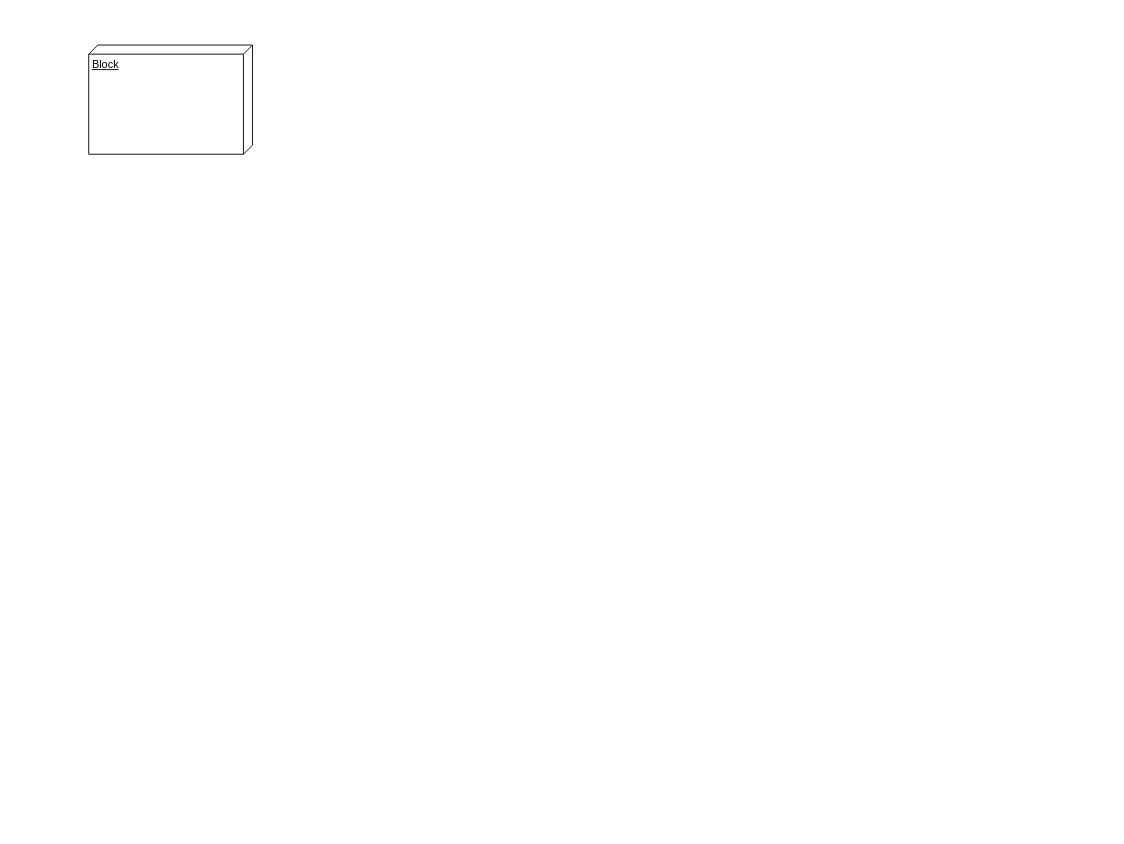
Above: Untitled Diagram.drawio in Mundrack/Diagramas-DrawIO (draw.io), before the change. Source tidied: cells renumbered, new cells numbered last; positions are measured from the earlier drawing's top-left corner, leaving out a move shared by most shapes. Both pictures are drawn from the tidied source at 91%, with x=0, y=0 at pixel (88, 45).
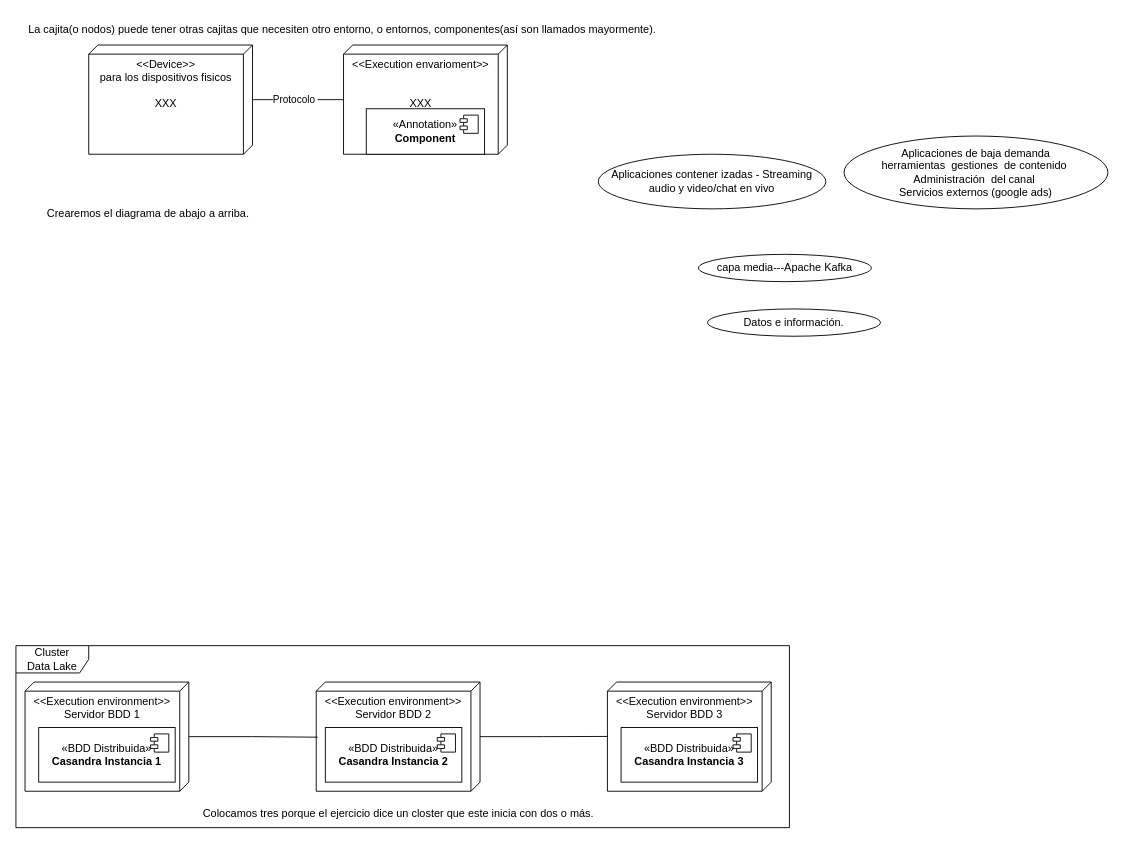
The same page after the edit.

Diff of the diagram source:
```diff
@@
+    <mxCell id="3" style="edgeStyle=orthogonalEdgeStyle;rounded=0;jettySize=auto;html=1;endArrow=none;endFill=0;" parent="1" edge="1" source="2" target="5">
+      <mxGeometry relative="1" as="geometry" />
+    </mxCell>
+    <mxCell id="4" value="Protocolo&amp;nbsp;" style="edgeLabel;html=1;align=center;verticalAlign=middle;" parent="3" vertex="1">
+      <mxGeometry x="-0.09" y="1" relative="1" as="geometry" />
+    </mxCell>
-    <mxCell id="2" value="Block" style="verticalAlign=top;align=left;spacingTop=8;spacingLeft=2;spacingRight=12;shape=cube;size=10;direction=south;fontStyle=4;html=1;whiteSpace=wrap;" parent="1" vertex="1">
+    <mxCell id="2" value="&amp;lt;&amp;lt;Device&amp;gt;&amp;gt;&lt;div&gt;para los dispositivos fisicos&lt;/div&gt;&lt;div&gt;&lt;br&gt;&lt;/div&gt;&lt;div&gt;XXX&lt;/div&gt;&lt;div&gt;&lt;br&gt;&lt;/div&gt;" style="verticalAlign=top;align=center;spacingTop=8;spacingLeft=2;spacingRight=12;shape=cube;size=10;direction=south;fontStyle=0;html=1;whiteSpace=wrap;" parent="1" vertex="1">
       <mxGeometry width="180" height="120" as="geometry" />
     </mxCell>
+    <mxCell id="5" value="&amp;lt;&amp;lt;Execution envarioment&amp;gt;&amp;gt;&lt;div&gt;&lt;br&gt;&lt;/div&gt;&lt;div&gt;&lt;br&gt;&lt;/div&gt;&lt;div&gt;XXX&lt;/div&gt;" style="verticalAlign=top;align=center;spacingTop=8;spacingLeft=2;spacingRight=12;shape=cube;size=10;direction=south;fontStyle=0;html=1;whiteSpace=wrap;" parent="1" vertex="1">
+      <mxGeometry x="280" width="180" height="120" as="geometry" />
+    </mxCell>
+    <mxCell id="6" value="La cajita(o nodos) puede tener otras cajitas que necesiten otro entorno, o entornos, componentes(así son llamados mayormente).&amp;nbsp;" style="text;html=1;align=center;verticalAlign=middle;strokeColor=none;fillColor=none;" parent="1" vertex="1">
+      <mxGeometry x="-80" y="-32" width="720" height="30" as="geometry" />
+    </mxCell>
+    <mxCell id="7" value="&amp;laquo;Annotation&amp;raquo;&lt;br/&gt;&lt;b&gt;Component&lt;/b&gt;" style="html=1;whiteSpace=wrap;" parent="1" vertex="1">
+      <mxGeometry x="305" y="70" width="130" height="50" as="geometry" />
+    </mxCell>
+    <mxCell id="8" style="shape=module;jettyWidth=8;jettyHeight=4;" parent="7" vertex="1">
+      <mxGeometry x="1" width="20" height="20" relative="1" as="geometry">
+        <mxPoint x="-27" y="7" as="offset" />
+      </mxGeometry>
+    </mxCell>
+    <mxCell id="9" value="Datos e información." style="ellipse;whiteSpace=wrap;html=1;" parent="1" vertex="1">
+      <mxGeometry x="680" y="290" width="190" height="30" as="geometry" />
+    </mxCell>
+    <mxCell id="10" value="capa media---Apache Kafka" style="ellipse;whiteSpace=wrap;html=1;" parent="1" vertex="1">
+      <mxGeometry x="670" y="230" width="190" height="30" as="geometry" />
+    </mxCell>
+    <mxCell id="11" value="Aplicaciones contener izadas - Streaming audio y video/chat en vivo" style="ellipse;whiteSpace=wrap;html=1;" parent="1" vertex="1">
+      <mxGeometry x="560" y="120" width="250" height="60" as="geometry" />
+    </mxCell>
+    <mxCell id="12" value="Aplicaciones de baja demanda&lt;div&gt;herramientas&amp;nbsp; gestiones&amp;nbsp; de contenido&amp;nbsp;&lt;/div&gt;&lt;div&gt;Administración&amp;nbsp; del canal&amp;nbsp;&lt;/div&gt;&lt;div&gt;Servicios externos (google ads)&lt;/div&gt;" style="ellipse;whiteSpace=wrap;html=1;" parent="1" vertex="1">
+      <mxGeometry x="830" y="100" width="290" height="80" as="geometry" />
+    </mxCell>
+    <mxCell id="13" value="Crearemos el diagrama de abajo a arriba." style="text;html=1;align=center;verticalAlign=middle;strokeColor=none;fillColor=none;" parent="1" vertex="1">
+      <mxGeometry x="-60" y="170" width="250" height="30" as="geometry" />
+    </mxCell>
+    <mxCell id="14" value="&amp;lt;&amp;lt;Execution environment&amp;gt;&amp;gt;&lt;div&gt;&lt;div&gt;Servidor BDD 1&lt;/div&gt;&lt;/div&gt;" style="verticalAlign=top;align=center;spacingTop=8;spacingLeft=2;spacingRight=12;shape=cube;size=10;direction=south;fontStyle=0;html=1;whiteSpace=wrap;" parent="1" vertex="1">
+      <mxGeometry x="-70" y="700" width="180" height="120" as="geometry" />
+    </mxCell>
+    <mxCell id="15" value="«BDD Distribuida»&lt;br&gt;&lt;b&gt;Casandra Instancia 1&lt;/b&gt;" style="html=1;whiteSpace=wrap;" parent="1" vertex="1">
+      <mxGeometry x="-55" y="750" width="150" height="60" as="geometry" />
+    </mxCell>
+    <mxCell id="16" style="shape=module;jettyWidth=8;jettyHeight=4;" parent="15" vertex="1">
+      <mxGeometry x="1" width="20" height="20" relative="1" as="geometry">
+        <mxPoint x="-27" y="7" as="offset" />
+      </mxGeometry>
+    </mxCell>
+    <mxCell id="17" value="&amp;lt;&amp;lt;Execution environment&amp;gt;&amp;gt;&lt;div&gt;&lt;div&gt;Servidor BDD 2&lt;/div&gt;&lt;/div&gt;" style="verticalAlign=top;align=center;spacingTop=8;spacingLeft=2;spacingRight=12;shape=cube;size=10;direction=south;fontStyle=0;html=1;whiteSpace=wrap;" parent="1" vertex="1">
+      <mxGeometry x="250" y="700" width="180" height="120" as="geometry" />
+    </mxCell>
+    <mxCell id="18" value="«BDD Distribuida»&lt;br&gt;&lt;b&gt;Casandra Instancia 2&lt;/b&gt;" style="html=1;whiteSpace=wrap;" parent="1" vertex="1">
+      <mxGeometry x="260" y="750" width="150" height="60" as="geometry" />
+    </mxCell>
+    <mxCell id="19" style="shape=module;jettyWidth=8;jettyHeight=4;" parent="18" vertex="1">
+      <mxGeometry x="1" width="20" height="20" relative="1" as="geometry">
+        <mxPoint x="-27" y="7" as="offset" />
+      </mxGeometry>
+    </mxCell>
+    <mxCell id="20" value="&amp;lt;&amp;lt;Execution environment&amp;gt;&amp;gt;&lt;div&gt;&lt;div&gt;Servidor BDD 3&lt;/div&gt;&lt;/div&gt;" style="verticalAlign=top;align=center;spacingTop=8;spacingLeft=2;spacingRight=12;shape=cube;size=10;direction=south;fontStyle=0;html=1;whiteSpace=wrap;" parent="1" vertex="1">
+      <mxGeometry x="570" y="700" width="180" height="120" as="geometry" />
+    </mxCell>
+    <mxCell id="21" value="«BDD Distribuida»&lt;br&gt;&lt;b&gt;Casandra Instancia 3&lt;/b&gt;" style="html=1;whiteSpace=wrap;" parent="1" vertex="1">
+      <mxGeometry x="585" y="750" width="150" height="60" as="geometry" />
+    </mxCell>
+    <mxCell id="22" style="shape=module;jettyWidth=8;jettyHeight=4;" parent="21" vertex="1">
+      <mxGeometry x="1" width="20" height="20" relative="1" as="geometry">
+        <mxPoint x="-27" y="7" as="offset" />
+      </mxGeometry>
+    </mxCell>
+    <mxCell id="23" style="edgeStyle=orthogonalEdgeStyle;rounded=0;jettySize=auto;html=1;entryX=0.505;entryY=0.991;entryDx=0;entryDy=0;entryPerimeter=0;endArrow=none;endFill=0;" parent="1" edge="1" source="14" target="17">
+      <mxGeometry relative="1" as="geometry" />
+    </mxCell>
+    <mxCell id="24" style="edgeStyle=orthogonalEdgeStyle;rounded=0;jettySize=auto;html=1;entryX=0.498;entryY=0.997;entryDx=0;entryDy=0;entryPerimeter=0;endArrow=none;endFill=0;" parent="1" edge="1" source="17" target="20">
+      <mxGeometry relative="1" as="geometry" />
+    </mxCell>
+    <mxCell id="25" value="Colocamos tres porque el ejercicio dice un closter que este inicia con dos o más." style="text;html=1;align=center;verticalAlign=middle;strokeColor=none;fillColor=none;" parent="1" vertex="1">
+      <mxGeometry x="115" y="830" width="450" height="30" as="geometry" />
+    </mxCell>
+    <mxCell id="26" value="Cluster&lt;div&gt;Data Lake&lt;/div&gt;" style="shape=umlFrame;whiteSpace=wrap;html=1;width=80;height=30;" parent="1" vertex="1">
+      <mxGeometry x="-80" y="660" width="850" height="200" as="geometry" />
+    </mxCell>
```
